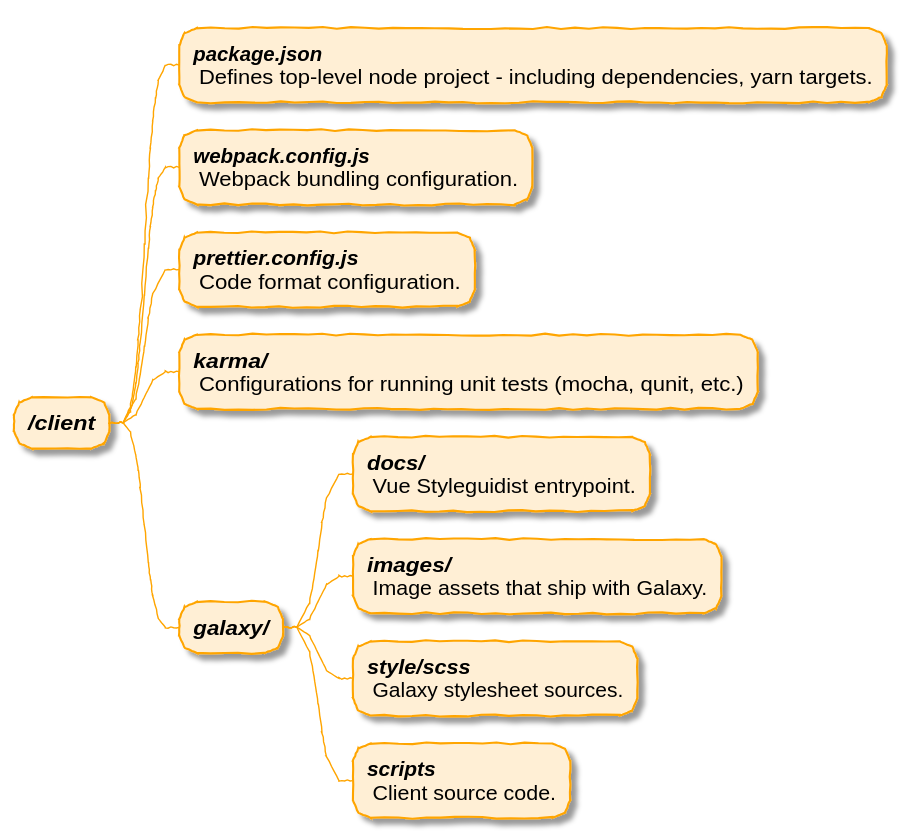
Before: topics/dev/images/core_files_client_build.plantuml.svg, a diagram exported from PlantUML (galaxyproject/training-material).
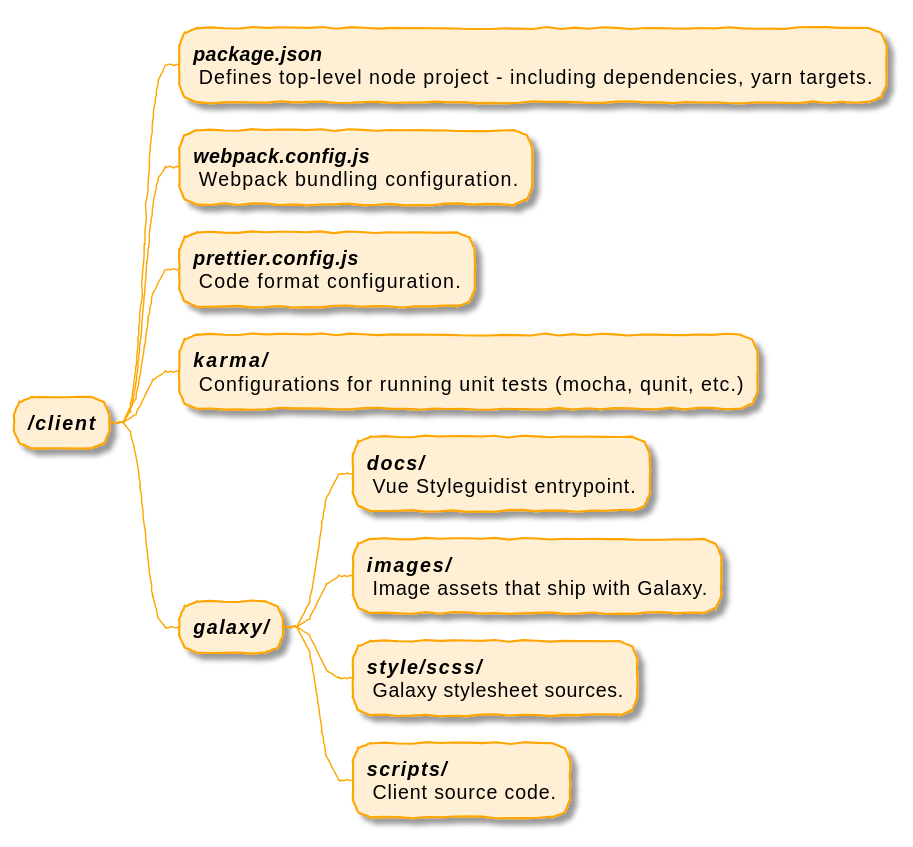
Above is the later version.

Change to the diagram source:
```diff
@@ -16,8 +16,8 @@
  Vue Styleguidist entrypoint.;
 ***:<b><i>images/</i></b>
  Image assets that ship with Galaxy.;
-***:<b><i>style/scss</i></b>
+***:<b><i>style/scss/</i></b>
  Galaxy stylesheet sources.;
-***:<b><i>scripts</i></b>
+***:<b><i>scripts/</i></b>
  Client source code.;
 @endmindmap
```
